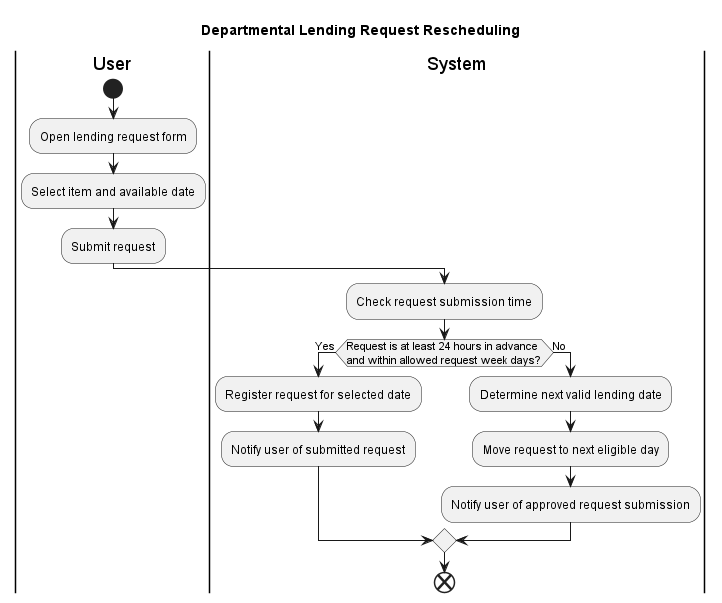
Before: out/activityDiagrams/Departmental Lending Request Rescheduling/Departmental Lending Request Rescheduling.png, a diagram exported from PlantUML (JanPerez35/PlantUML). Source of this version:
```plantuml
@startuml
title Departmental Lending Request Rescheduling

|User|
start
:Open lending request form;
:Select item and available date;
:Submit request;

|System|
:Check request submission time;

if (Request is at least 24 hours in advance\nand within allowed request week days?) then (Yes)
  :Register request for selected date;
  :Notify user of submitted request;
else (No)
  :Determine next valid lending date;
  :Move request to next eligible day;
  :Notify user of approved request submission;
endif

end
@enduml
```
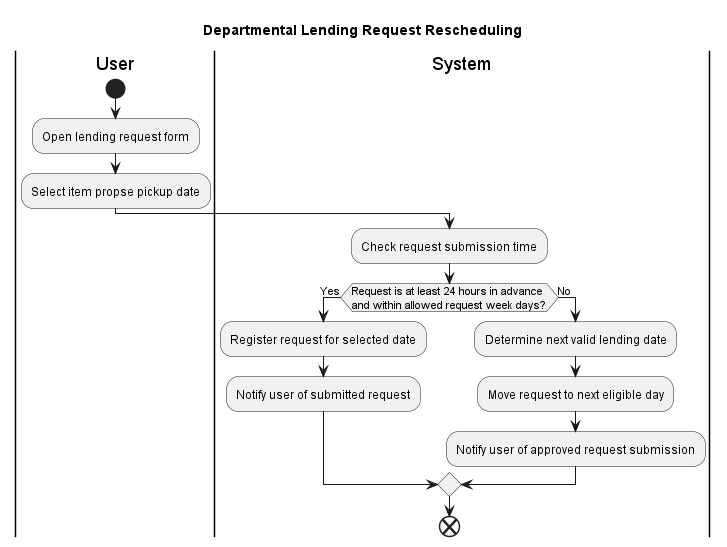
Above is the later version.

What changed in the source:
```diff
@@ -4,8 +4,7 @@
 |User|
 start
 :Open lending request form;
-:Select item and available date;
-:Submit request;
+:Select item propse pickup date;
 
 |System|
 :Check request submission time;
```
